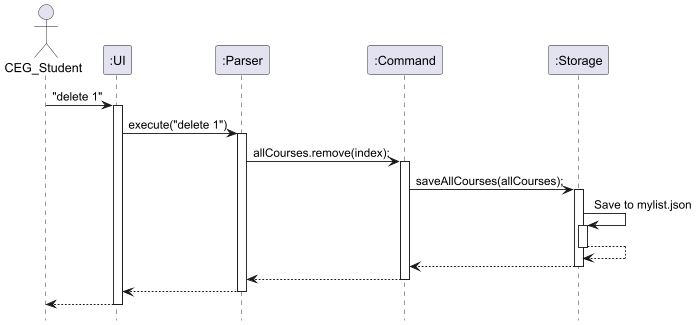
nus-cs2113-AY2425S1/tp keeps this PlantUML diagram as docs/images/DesignSequenceDiagram.png. Above is the earlier version.
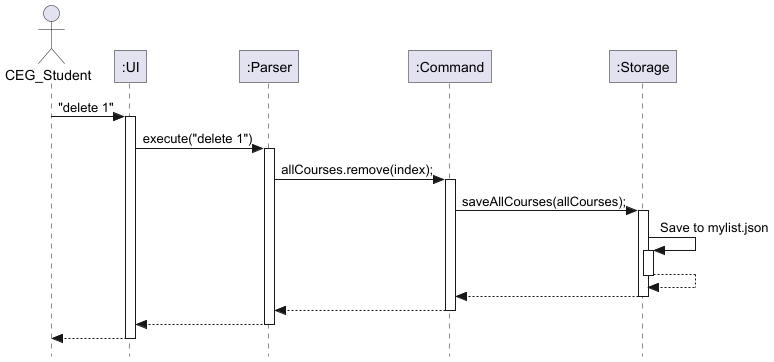
After the change.

Commit message:
Include config file for diagrams

The edit, as a diff of the source:
```diff
@@ -1,4 +1,6 @@
 @startuml
+
+!include .SequenceDiagram.config
 hide footbox
 
 actor CEG_Student
```
